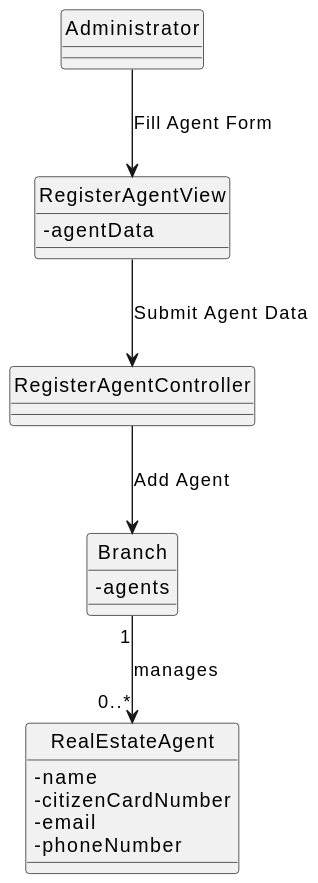
Earlier version of the PlantUML export docs/Sprint2/US11/US11-MD.svg (goncalomaia18/leti-esoft-24-25-A2).
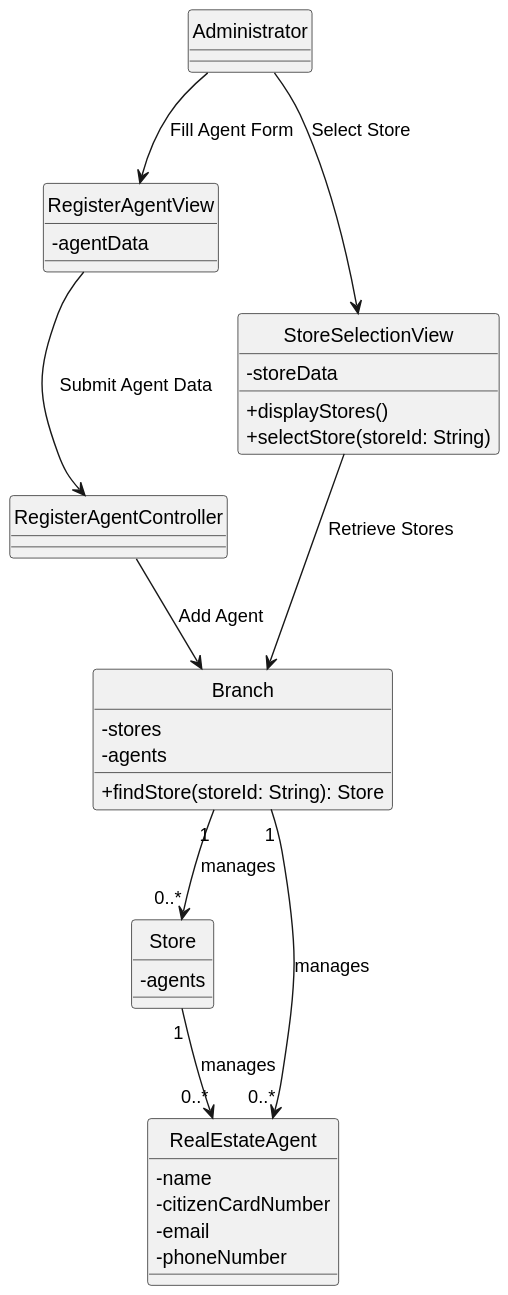
Above is the later version.

What changed in the source:
```diff
@@ -9,7 +9,19 @@
     - agentData
 }
 
+class StoreSelectionView {
+    - storeData
+    + displayStores()
+    + selectStore(storeId: String)
+}
+
 class Branch {
+    - stores
+    - agents
+    + findStore(storeId: String): Store
+}
+
+class Store {
     - agents
 }
 
@@ -23,5 +35,9 @@
 Administrator --> RegisterAgentView : "Fill Agent Form"
 RegisterAgentView --> RegisterAgentController : "Submit Agent Data"
 RegisterAgentController --> Branch : "Add Agent"
+Administrator --> StoreSelectionView : "Select Store"
+StoreSelectionView --> Branch : "Retrieve Stores"
+Branch "1" --> "0..*" Store : manages
 Branch "1" --> "0..*" RealEstateAgent : manages
+Store "1" --> "0..*" RealEstateAgent : manages
 @enduml
```
